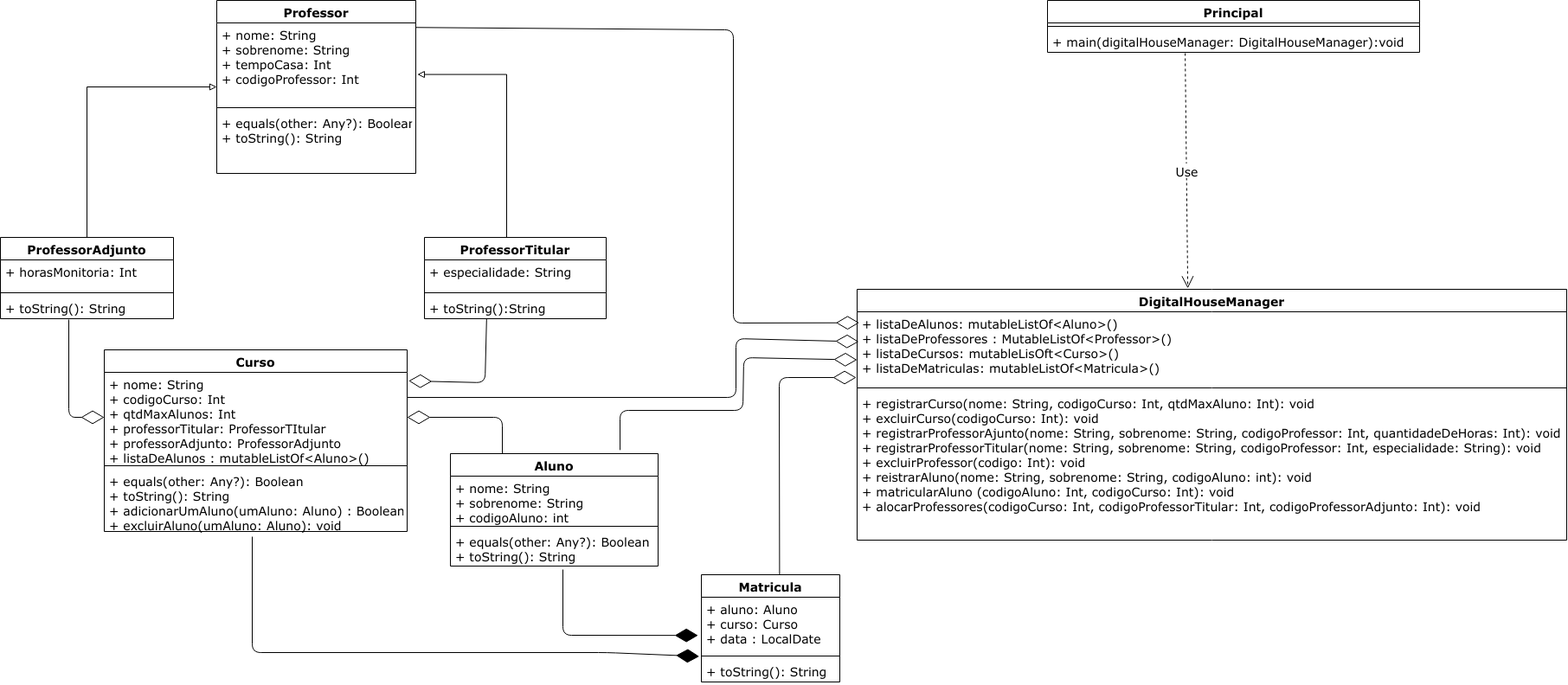
Earlier version of the draw.io export midia/desafioPrimeiroModulo.png (thaisaraujo/desafioKotlin). Source tidied: cells renumbered, new cells last; positions are measured from the earlier drawing's top-left corner, leaving out a move shared by most shapes.
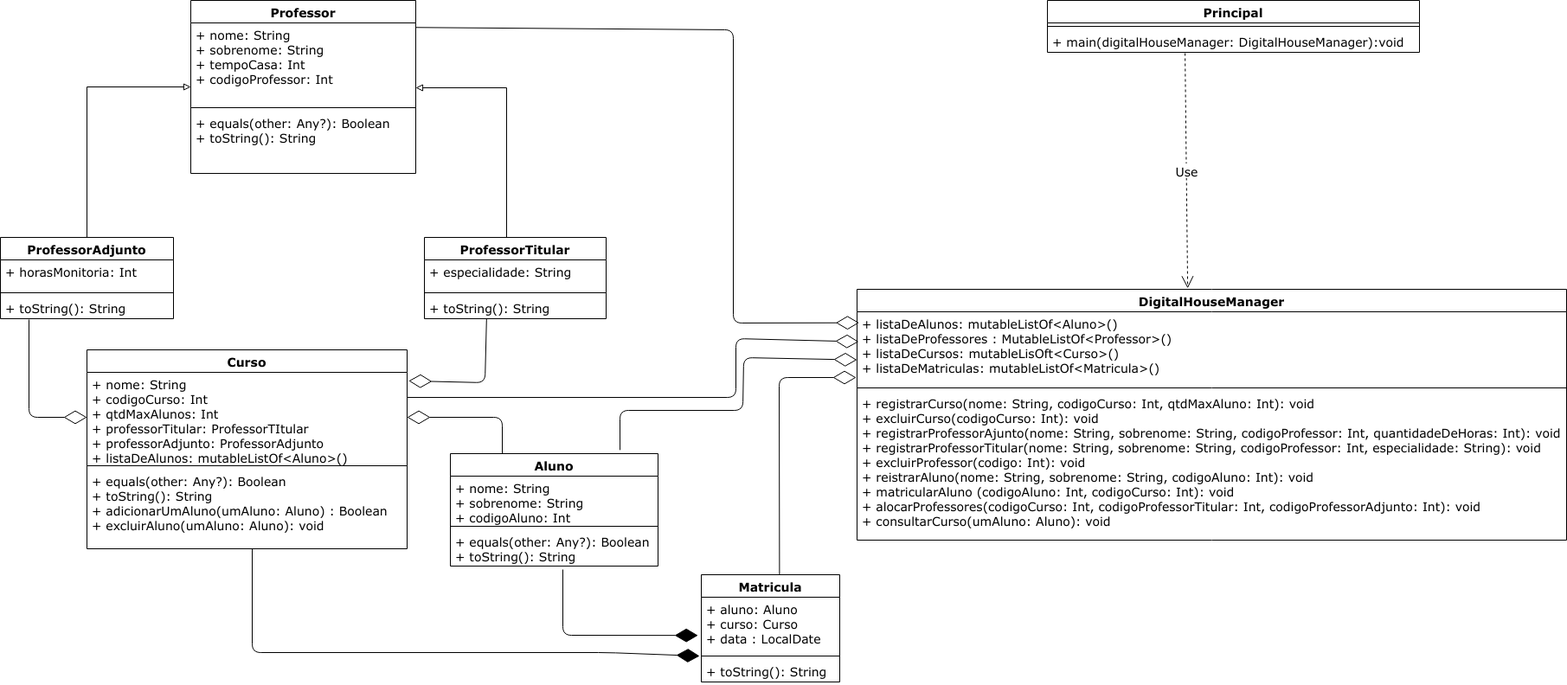
After the commit.

The edit, as a diff of the source:
```diff
@@ -5,7 +5,7 @@
     <mxCell id="2" style="edgeStyle=orthogonalEdgeStyle;rounded=0;jettySize=auto;html=1;startArrow=block;startFill=0;endArrow=none;endFill=0;fontFamily=Verdana;fontSize=14;" parent="1" edge="1" source="5" target="9">
       <mxGeometry relative="1" as="geometry" />
     </mxCell>
-    <mxCell id="3" style="edgeStyle=orthogonalEdgeStyle;rounded=0;jettySize=auto;html=1;startArrow=block;startFill=0;endArrow=none;endFill=0;fontFamily=Verdana;fontSize=14;exitX=1.008;exitY=0.634;exitDx=0;exitDy=0;exitPerimeter=0;" parent="1" edge="1" source="6">
+    <mxCell id="3" style="edgeStyle=orthogonalEdgeStyle;rounded=0;jettySize=auto;html=1;startArrow=block;startFill=0;endArrow=none;endFill=0;fontFamily=Verdana;fontSize=14;exitX=1;exitY=0.798;exitDx=0;exitDy=0;exitPerimeter=0;" parent="1" edge="1" source="6">
       <mxGeometry relative="1" as="geometry">
         <mxPoint x="585" y="274" as="targetPoint" />
       </mxGeometry>
@@ -19,16 +19,16 @@
       </mxGeometry>
     </mxCell>
     <mxCell id="5" value="Professor" style="swimlane;fontStyle=1;align=center;verticalAlign=top;horizontal=1;startSize=26;fontFamily=Verdana;fontSize=14;" parent="1" vertex="1">
-      <mxGeometry x="250" width="230" height="200" as="geometry" />
+      <mxGeometry x="220" width="260" height="200" as="geometry" />
     </mxCell>
     <mxCell id="6" value="+ nome: String&#10;+ sobrenome: String&#10;+ tempoCasa: Int&#10;+ codigoProfessor: Int&#10;" style="text;strokeColor=none;fillColor=none;align=left;verticalAlign=top;spacingLeft=4;spacingRight=4;overflow=hidden;points=[[0,0.5],[1,0.5]];portConstraint=eastwest;fontSize=14;fontFamily=Verdana;" parent="5" vertex="1">
-      <mxGeometry y="26" width="230" height="94" as="geometry" />
+      <mxGeometry y="26" width="260" height="94" as="geometry" />
     </mxCell>
     <mxCell id="7" style="line;strokeWidth=1;fillColor=none;align=left;verticalAlign=middle;spacingTop=-1;spacingLeft=3;spacingRight=3;labelPosition=right;fontFamily=Verdana;fontSize=14;" parent="5" vertex="1">
-      <mxGeometry y="120" width="230" height="8" as="geometry" />
+      <mxGeometry y="120" width="260" height="8" as="geometry" />
     </mxCell>
     <mxCell id="8" value="+ equals(other: Any?): Boolean&#10;+ toString(): String&#10;" style="text;strokeColor=none;fillColor=none;align=left;verticalAlign=top;spacingLeft=4;spacingRight=4;overflow=hidden;fontFamily=Verdana;fontSize=14;" parent="5" vertex="1">
-      <mxGeometry y="128" width="230" height="72" as="geometry" />
+      <mxGeometry y="128" width="260" height="72" as="geometry" />
     </mxCell>
     <mxCell id="9" value="ProfessorAdjunto" style="swimlane;fontStyle=1;align=center;verticalAlign=top;horizontal=1;startSize=26;fontFamily=Verdana;fontSize=14;" parent="1" vertex="1">
       <mxGeometry y="274" width="200" height="94" as="geometry" />
@@ -51,14 +51,13 @@
     <mxCell id="15" style="line;strokeWidth=1;fillColor=none;align=left;verticalAlign=middle;spacingTop=-1;spacingLeft=3;spacingRight=3;labelPosition=right;fontFamily=Verdana;fontSize=14;" parent="13" vertex="1">
       <mxGeometry y="60" width="210" height="8" as="geometry" />
     </mxCell>
-    <mxCell id="16" value="+ toString():String" style="text;strokeColor=none;fillColor=none;align=left;verticalAlign=top;spacingLeft=4;spacingRight=4;overflow=hidden;fontFamily=Verdana;fontSize=14;" parent="13" vertex="1">
+    <mxCell id="16" value="+ toString(): String" style="text;strokeColor=none;fillColor=none;align=left;verticalAlign=top;spacingLeft=4;spacingRight=4;overflow=hidden;fontFamily=Verdana;fontSize=14;" parent="13" vertex="1">
       <mxGeometry y="68" width="210" height="26" as="geometry" />
     </mxCell>
-    <mxCell id="17" style="endArrow=diamondThin;endFill=0;endSize=24;html=1;entryX=0;entryY=0.5;entryDx=0;entryDy=0;fontFamily=Verdana;fontSize=14;" parent="1" edge="1" target="20">
+    <mxCell id="17" style="endArrow=diamondThin;endFill=0;endSize=24;html=1;entryX=0;entryY=0.5;entryDx=0;entryDy=0;fontFamily=Verdana;fontSize=14;exitX=0.165;exitY=1.038;exitDx=0;exitDy=0;exitPerimeter=0;" parent="1" edge="1" source="12" target="20">
       <mxGeometry relative="1" as="geometry">
-        <mxPoint x="79" y="369" as="sourcePoint" />
         <Array as="points">
-          <mxPoint x="79" y="482" />
+          <mxPoint x="33" y="482" />
         </Array>
       </mxGeometry>
     </mxCell>
@@ -71,16 +70,16 @@
       </mxGeometry>
     </mxCell>
     <mxCell id="19" value="Curso" style="swimlane;fontStyle=1;align=center;verticalAlign=top;horizontal=1;startSize=26;fontFamily=Verdana;fontSize=14;" parent="1" vertex="1">
-      <mxGeometry x="120" y="404" width="350" height="210" as="geometry" />
+      <mxGeometry x="100" y="404" width="370" height="230" as="geometry" />
     </mxCell>
-    <mxCell id="20" value="+ nome: String&#10;+ codigoCurso: Int&#10;+ qtdMaxAlunos: Int&#10;+ professorTitular: ProfessorTItular&#10;+ professorAdjunto: ProfessorAdjunto&#10;+ listaDeAlunos : mutableListOf&lt;Aluno&gt;()&#10;&#10;" style="text;strokeColor=none;fillColor=none;align=left;verticalAlign=top;spacingLeft=4;spacingRight=4;overflow=hidden;points=[[0,0.5],[1,0.5]];portConstraint=eastwest;fontFamily=Verdana;fontSize=14;" parent="19" vertex="1">
-      <mxGeometry y="26" width="350" height="104" as="geometry" />
+    <mxCell id="20" value="+ nome: String&#10;+ codigoCurso: Int&#10;+ qtdMaxAlunos: Int&#10;+ professorTitular: ProfessorTItular&#10;+ professorAdjunto: ProfessorAdjunto&#10;+ listaDeAlunos: mutableListOf&lt;Aluno&gt;()&#10;&#10;" style="text;strokeColor=none;fillColor=none;align=left;verticalAlign=top;spacingLeft=4;spacingRight=4;overflow=hidden;points=[[0,0.5],[1,0.5]];portConstraint=eastwest;fontFamily=Verdana;fontSize=14;" parent="19" vertex="1">
+      <mxGeometry y="26" width="370" height="104" as="geometry" />
     </mxCell>
     <mxCell id="21" style="line;strokeWidth=1;fillColor=none;align=left;verticalAlign=middle;spacingTop=-1;spacingLeft=3;spacingRight=3;labelPosition=right;fontFamily=Verdana;fontSize=14;" parent="19" vertex="1">
-      <mxGeometry y="130" width="350" height="8" as="geometry" />
+      <mxGeometry y="130" width="370" height="8" as="geometry" />
     </mxCell>
     <mxCell id="22" value="+ equals(other: Any?): Boolean&#10;+ toString(): String&#10;+ adicionarUmAluno(umAluno: Aluno) : Boolean&#10;+ excluirAluno(umAluno: Aluno): void&#10;" style="text;strokeColor=none;fillColor=none;align=left;verticalAlign=top;spacingLeft=4;spacingRight=4;overflow=hidden;fontFamily=Verdana;fontSize=14;" parent="19" vertex="1">
-      <mxGeometry y="138" width="350" height="72" as="geometry" />
+      <mxGeometry y="138" width="370" height="92" as="geometry" />
     </mxCell>
     <mxCell id="23" style="endArrow=diamondThin;endFill=0;endSize=24;html=1;entryX=0.003;entryY=0.352;entryDx=0;entryDy=0;entryPerimeter=0;fontFamily=Verdana;fontSize=14;" parent="1" edge="1">
       <mxGeometry relative="1" as="geometry">
@@ -118,7 +117,7 @@
     <mxCell id="28" style="line;strokeWidth=1;fillColor=none;align=left;verticalAlign=middle;spacingTop=-1;spacingLeft=3;spacingRight=3;labelPosition=right;fontFamily=Verdana;fontSize=14;" parent="26" vertex="1">
       <mxGeometry y="110" width="820" height="8" as="geometry" />
     </mxCell>
-    <mxCell id="29" value="+ registrarCurso(nome: String, codigoCurso: Int, qtdMaxAluno: Int): void&#10;+ excluirCurso(codigoCurso: Int): void&#10;+ registrarProfessorAjunto(nome: String, sobrenome: String, codigoProfessor: Int, quantidadeDeHoras: Int): void&#10;+ registrarProfessorTitular(nome: String, sobrenome: String, codigoProfessor: Int, especialidade: String): void&#10;+ excluirProfessor(codigo: Int): void&#10;+ reistrarAluno(nome: String, sobrenome: String, codigoAluno: int): void&#10;+ matricularAluno (codigoAluno: Int, codigoCurso: Int): void&#10;+ alocarProfessores(codigoCurso: Int, codigoProfessorTitular: Int, codigoProfessorAdjunto: Int): void&#10;" style="text;strokeColor=none;fillColor=none;align=left;verticalAlign=top;spacingLeft=4;spacingRight=4;overflow=hidden;fontFamily=Verdana;fontSize=14;" parent="26" vertex="1">
+    <mxCell id="29" value="+ registrarCurso(nome: String, codigoCurso: Int, qtdMaxAluno: Int): void&#10;+ excluirCurso(codigoCurso: Int): void&#10;+ registrarProfessorAjunto(nome: String, sobrenome: String, codigoProfessor: Int, quantidadeDeHoras: Int): void&#10;+ registrarProfessorTitular(nome: String, sobrenome: String, codigoProfessor: Int, especialidade: String): void&#10;+ excluirProfessor(codigo: Int): void&#10;+ reistrarAluno(nome: String, sobrenome: String, codigoAluno: Int): void&#10;+ matricularAluno (codigoAluno: Int, codigoCurso: Int): void&#10;+ alocarProfessores(codigoCurso: Int, codigoProfessorTitular: Int, codigoProfessorAdjunto: Int): void&#10;+ consultarCurso(umAluno: Aluno): void&#10;&#10;&#10;" style="text;strokeColor=none;fillColor=none;align=left;verticalAlign=top;spacingLeft=4;spacingRight=4;overflow=hidden;fontFamily=Verdana;fontSize=14;" parent="26" vertex="1">
       <mxGeometry y="118" width="820" height="172" as="geometry" />
     </mxCell>
     <mxCell id="30" style="endArrow=diamondThin;endFill=0;endSize=24;html=1;fontFamily=Verdana;fontSize=14;exitX=0.565;exitY=0.013;exitDx=0;exitDy=0;exitPerimeter=0;" parent="1" edge="1" source="41">
@@ -149,9 +148,10 @@
         </Array>
       </mxGeometry>
     </mxCell>
-    <mxCell id="36" style="endArrow=diamondThin;endFill=1;endSize=24;html=1;entryX=-0.015;entryY=1.069;entryDx=0;entryDy=0;entryPerimeter=0;fontFamily=Verdana;fontSize=14;" parent="1" edge="1" target="42">
+    <mxCell id="36" style="endArrow=diamondThin;endFill=1;endSize=24;html=1;fontFamily=Verdana;fontSize=14;" parent="1" edge="1">
       <mxGeometry relative="1" as="geometry">
-        <mxPoint x="291" y="620" as="sourcePoint" />
+        <mxPoint x="291" y="634" as="sourcePoint" />
+        <mxPoint x="808" y="758" as="targetPoint" />
         <Array as="points">
           <mxPoint x="291" y="754" />
           <mxPoint x="701" y="754" />
@@ -161,7 +161,7 @@
     <mxCell id="37" value="Aluno" style="swimlane;fontStyle=1;align=center;verticalAlign=top;horizontal=1;startSize=26;fontFamily=Verdana;fontSize=14;" parent="1" vertex="1">
       <mxGeometry x="520" y="524" width="240" height="130" as="geometry" />
     </mxCell>
-    <mxCell id="38" value="+ nome: String&#10;+ sobrenome: String&#10;+ codigoAluno: int&#10;" style="text;strokeColor=none;fillColor=none;align=left;verticalAlign=top;spacingLeft=4;spacingRight=4;overflow=hidden;fontFamily=Verdana;fontSize=14;" parent="37" vertex="1">
+    <mxCell id="38" value="+ nome: String&#10;+ sobrenome: String&#10;+ codigoAluno: Int&#10;" style="text;strokeColor=none;fillColor=none;align=left;verticalAlign=top;spacingLeft=4;spacingRight=4;overflow=hidden;fontFamily=Verdana;fontSize=14;" parent="37" vertex="1">
       <mxGeometry y="26" width="240" height="54" as="geometry" />
     </mxCell>
     <mxCell id="39" style="line;strokeWidth=1;fillColor=none;align=left;verticalAlign=middle;spacingTop=-1;spacingLeft=3;spacingRight=3;labelPosition=right;fontFamily=Verdana;fontSize=14;" parent="37" vertex="1">
```
